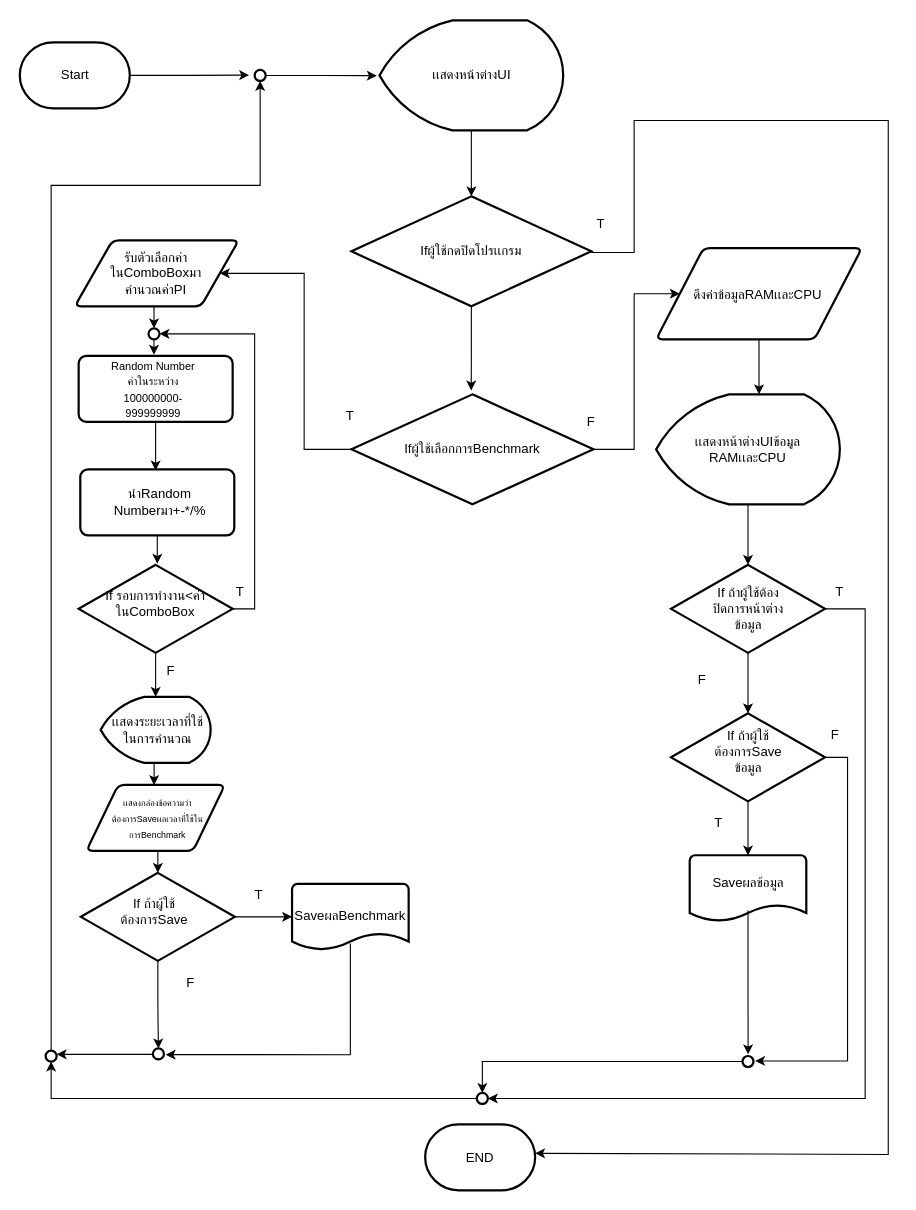
karinzaa/PI-BENCHMARK keeps this draw.io diagram as ProjectTNIFluentDesign/ProjectTNIFluentDesign/Picture/TNIProjectFlowchart.drawio. Above is the earlier version. Source tidied: cells renumbered, new cells numbered last; positions are measured from the earlier drawing's top-left corner, leaving out a move shared by most shapes. Both pictures are drawn from the tidied source at 110%, with x=0, y=0 at pixel (20, 20).
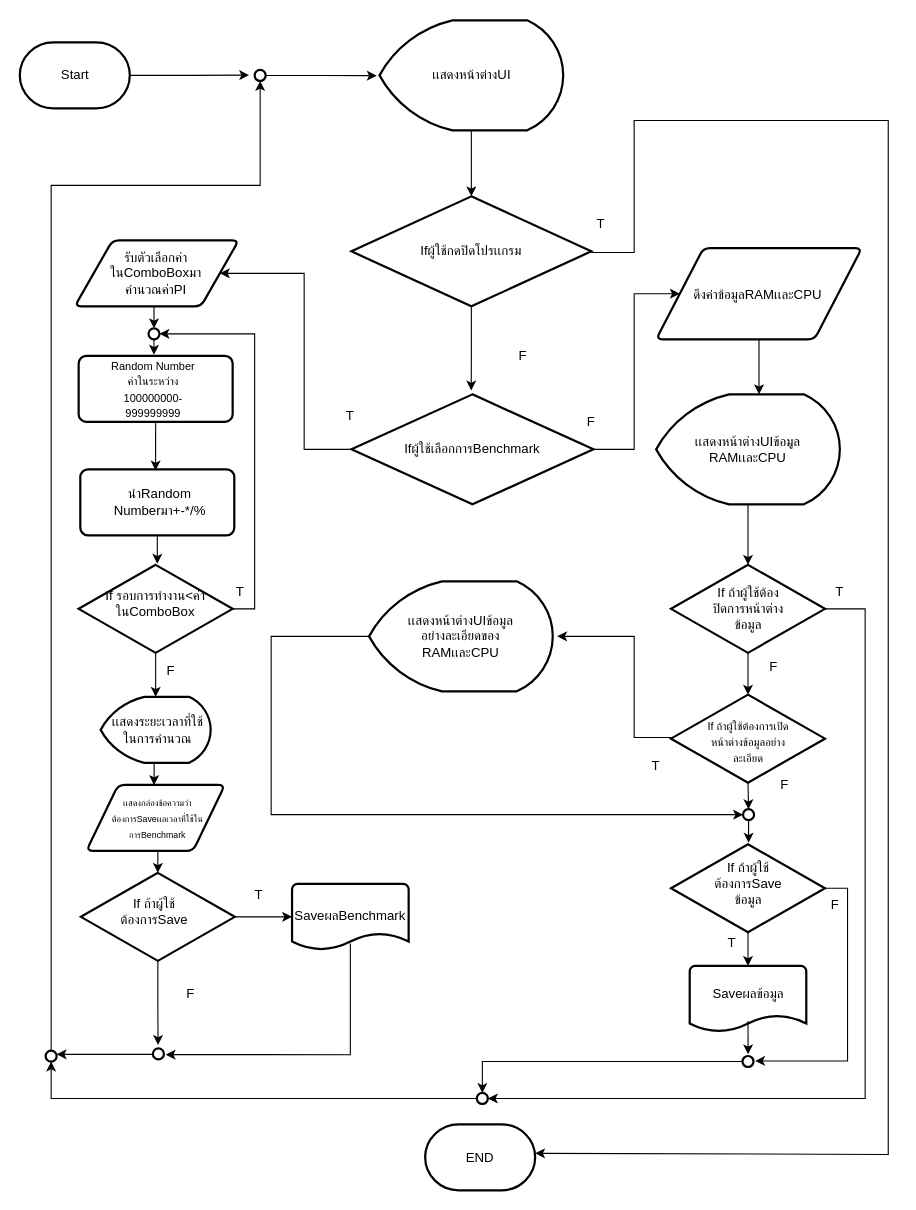
After the change.

The change refers to these unchanged cells:
```xml
<mxCell id="30" style="strokeWidth=2;html=1;shape=mxgraph.flowchart.decision;whiteSpace=wrap;fontSize=5;align=center;" parent="1" vertex="1">
  <mxGeometry x="55" y="775" width="140" height="80" as="geometry" />
</mxCell>
<mxCell id="37" style="strokeWidth=2;html=1;shape=mxgraph.flowchart.start_2;whiteSpace=wrap;fontSize=5;align=center;" parent="1" vertex="1">
  <mxGeometry x="120.5" y="934.6" width="10" height="10" as="geometry" />
</mxCell>
<mxCell id="44" value="เเสดงหน้าต่างUI" style="strokeWidth=2;html=1;shape=mxgraph.flowchart.display;whiteSpace=wrap;" parent="1" vertex="1">
  <mxGeometry x="326.5" width="167" height="100" as="geometry" />
</mxCell>
<mxCell id="47" value="Ifผู้ใช้กดปิดโปรเเกรม" style="strokeWidth=2;html=1;shape=mxgraph.flowchart.decision;whiteSpace=wrap;" parent="1" vertex="1">
  <mxGeometry x="301" y="160" width="218" height="100" as="geometry" />
</mxCell>
<mxCell id="69" style="strokeWidth=2;html=1;shape=mxgraph.flowchart.decision;whiteSpace=wrap;fontSize=5;align=center;" parent="1" vertex="1">
  <mxGeometry x="591.5" y="495" width="140" height="80" as="geometry" />
</mxCell>
```

The edit, as a diff of the source:
```diff
@@
-    <mxCell id="29" style="edgeStyle=orthogonalEdgeStyle;rounded=0;jettySize=auto;html=1;exitX=0.5;exitY=1;exitDx=0;exitDy=0;exitPerimeter=0;entryX=0.5;entryY=0;entryDx=0;entryDy=0;entryPerimeter=0;" parent="1" edge="1" source="30" target="37">
-      <mxGeometry relative="1" as="geometry">
-        <Array as="points">
-          <mxPoint x="125" y="895" />
-        </Array>
-      </mxGeometry>
+    <mxCell id="29" style="edgeStyle=orthogonalEdgeStyle;rounded=0;jettySize=auto;html=1;exitX=0.5;exitY=1;exitDx=0;exitDy=0;exitPerimeter=0;entryX=0.469;entryY=-0.317;entryDx=0;entryDy=0;entryPerimeter=0;" parent="1" edge="1" source="30" target="37">
+      <mxGeometry relative="1" as="geometry" />
     </mxCell>
@@
     <mxCell id="38" value="F" style="text;html=1;fontStyle=0;whiteSpace=wrap;align=center;verticalAlign=middle;" parent="1" vertex="1">
-      <mxGeometry x="108" y="850.2" width="94" height="50" as="geometry" />
+      <mxGeometry x="108" y="859.7" width="94" height="50" as="geometry" />
     </mxCell>
@@
-    <mxCell id="43" style="edgeStyle=orthogonalEdgeStyle;rounded=0;jettySize=auto;html=1;exitX=0.5;exitY=1;exitDx=0;exitDy=0;exitPerimeter=0;entryX=0.5;entryY=0;entryDx=0;entryDy=0;entryPerimeter=0;" parent="1" edge="1" source="44" target="47">
-      <mxGeometry relative="1" as="geometry">
-        <Array as="points">
-          <mxPoint x="410" y="125" />
-        </Array>
-      </mxGeometry>
+    <mxCell id="43" style="edgeStyle=orthogonalEdgeStyle;rounded=0;jettySize=auto;html=1;exitX=0.5;exitY=1;exitDx=0;exitDy=0;exitPerimeter=0;" parent="1" edge="1" source="44" target="47">
+      <mxGeometry relative="1" as="geometry" />
     </mxCell>
@@
     <mxCell id="53" value="F" style="text;html=1;fontStyle=0;whiteSpace=wrap;align=center;verticalAlign=middle;" parent="1" vertex="1">
-      <mxGeometry x="572.5" y="575.2" width="94" height="50" as="geometry" />
+      <mxGeometry x="637.5" y="563.2" width="94" height="50" as="geometry" />
     </mxCell>
@@
     <mxCell id="59" style="strokeWidth=2;html=1;shape=mxgraph.flowchart.document2;whiteSpace=wrap;size=0.25;fontSize=5;align=center;" parent="1" vertex="1">
-      <mxGeometry x="608.5" y="759" width="106" height="60" as="geometry" />
+      <mxGeometry x="608.5" y="859.5" width="106" height="60" as="geometry" />
     </mxCell>
     <mxCell id="60" style="edgeStyle=orthogonalEdgeStyle;rounded=0;jettySize=auto;html=1;exitX=1;exitY=0.5;exitDx=0;exitDy=0;exitPerimeter=0;" parent="1" edge="1" source="62">
       <mxGeometry relative="1" as="geometry">
         <mxPoint x="668" y="946" as="targetPoint" />
         <Array as="points">
-          <mxPoint x="752" y="670" />
+          <mxPoint x="752" y="789" />
           <mxPoint x="752" y="946" />
         </Array>
       </mxGeometry>
     </mxCell>
@@
     <mxCell id="62" style="strokeWidth=2;html=1;shape=mxgraph.flowchart.decision;whiteSpace=wrap;fontSize=5;align=center;" parent="1" vertex="1">
-      <mxGeometry x="591.5" y="630" width="140" height="80" as="geometry" />
+      <mxGeometry x="591.5" y="749" width="140" height="80" as="geometry" />
     </mxCell>
     <mxCell id="63" value="If ถ้าผู้ใช้ต้องการSave&lt;br&gt;ข้อมูล" style="text;html=1;fontStyle=0;whiteSpace=wrap;align=center;verticalAlign=middle;" parent="1" vertex="1">
-      <mxGeometry x="614.5" y="640.2" width="94" height="50" as="geometry" />
+      <mxGeometry x="614.5" y="760.2" width="94" height="50" as="geometry" />
     </mxCell>
@@
     <mxCell id="66" value="Saveผลข้อมูล" style="text;html=1;fontStyle=0;whiteSpace=wrap;align=center;verticalAlign=middle;" parent="1" vertex="1">
-      <mxGeometry x="614.5" y="759.2" width="94" height="50" as="geometry" />
+      <mxGeometry x="614.5" y="859.7" width="94" height="50" as="geometry" />
     </mxCell>
-    <mxCell id="67" style="edgeStyle=orthogonalEdgeStyle;rounded=0;jettySize=auto;html=1;exitX=0.5;exitY=1;exitDx=0;exitDy=0;exitPerimeter=0;entryX=0.5;entryY=0;entryDx=0;entryDy=0;entryPerimeter=0;" parent="1" edge="1" source="69" target="62">
-      <mxGeometry relative="1" as="geometry" />
-    </mxCell>
@@
+    <mxCell id="78" style="edgeStyle=orthogonalEdgeStyle;rounded=0;jettySize=auto;html=1;exitX=0.5;exitY=1;exitDx=0;exitDy=0;exitPerimeter=0;entryX=0.5;entryY=0;entryDx=0;entryDy=0;entryPerimeter=0;" parent="1" edge="1" source="69" target="82">
+      <mxGeometry relative="1" as="geometry" />
+    </mxCell>
@@
     <mxCell id="76" value="F" style="text;html=1;fontStyle=0;whiteSpace=wrap;align=center;verticalAlign=middle;" parent="1" vertex="1">
-      <mxGeometry x="694" y="625.2" width="94" height="50" as="geometry" />
+      <mxGeometry x="694" y="779.2" width="94" height="50" as="geometry" />
     </mxCell>
     <mxCell id="77" value="T" style="text;html=1;fontStyle=0;whiteSpace=wrap;align=center;verticalAlign=middle;" parent="1" vertex="1">
-      <mxGeometry x="588" y="705.2" width="94" height="50" as="geometry" />
+      <mxGeometry x="600" y="814.2" width="94" height="50" as="geometry" />
     </mxCell>
+    <mxCell id="79" value="F" style="text;html=1;fontStyle=0;whiteSpace=wrap;align=center;verticalAlign=middle;" parent="1" vertex="1">
+      <mxGeometry x="410" y="280.2" width="94" height="50" as="geometry" />
+    </mxCell>
+    <mxCell id="80" style="edgeStyle=orthogonalEdgeStyle;rounded=0;jettySize=auto;html=1;exitX=0.5;exitY=1;exitDx=0;exitDy=0;exitPerimeter=0;entryX=0.5;entryY=0;entryDx=0;entryDy=0;entryPerimeter=0;" parent="1" edge="1" source="82" target="85">
+      <mxGeometry relative="1" as="geometry" />
+    </mxCell>
+    <mxCell id="81" style="edgeStyle=orthogonalEdgeStyle;rounded=0;jettySize=auto;html=1;exitX=0;exitY=0.5;exitDx=0;exitDy=0;exitPerimeter=0;" parent="1" edge="1" source="82">
+      <mxGeometry relative="1" as="geometry">
+        <mxPoint x="488" y="560" as="targetPoint" />
+        <Array as="points">
+          <mxPoint x="558" y="652" />
+          <mxPoint x="558" y="560" />
+        </Array>
+      </mxGeometry>
+    </mxCell>
+    <mxCell id="82" style="strokeWidth=2;html=1;shape=mxgraph.flowchart.decision;whiteSpace=wrap;fontSize=5;align=center;" parent="1" vertex="1">
+      <mxGeometry x="591.5" y="613" width="140" height="80" as="geometry" />
+    </mxCell>
+    <mxCell id="83" value="&lt;font style=&quot;font-size: 10px&quot;&gt;If ถ้าผู้ใช้ต้องการเปิดหน้าต่างข้อมูลอย่างละเอียด&lt;/font&gt;" style="text;html=1;fontStyle=0;whiteSpace=wrap;align=center;verticalAlign=middle;" parent="1" vertex="1">
+      <mxGeometry x="617" y="625" width="90" height="62" as="geometry" />
+    </mxCell>
+    <mxCell id="84" style="edgeStyle=orthogonalEdgeStyle;rounded=0;jettySize=auto;html=1;exitX=0.5;exitY=1;exitDx=0;exitDy=0;exitPerimeter=0;entryX=0.504;entryY=-0.018;entryDx=0;entryDy=0;entryPerimeter=0;" parent="1" edge="1" source="85" target="62">
+      <mxGeometry relative="1" as="geometry" />
+    </mxCell>
+    <mxCell id="85" style="strokeWidth=2;html=1;shape=mxgraph.flowchart.start_2;whiteSpace=wrap;fontSize=5;align=center;" parent="1" vertex="1">
+      <mxGeometry x="657" y="717.1" width="10" height="10" as="geometry" />
+    </mxCell>
+    <mxCell id="86" style="edgeStyle=orthogonalEdgeStyle;rounded=0;jettySize=auto;html=1;exitX=0.5;exitY=1;exitDx=0;exitDy=0;exitPerimeter=0;entryX=0;entryY=0.5;entryDx=0;entryDy=0;entryPerimeter=0;" parent="1" edge="1" source="87" target="85">
+      <mxGeometry relative="1" as="geometry">
+        <Array as="points">
+          <mxPoint x="401" y="560" />
+          <mxPoint x="228" y="560" />
+          <mxPoint x="228" y="722" />
+        </Array>
+      </mxGeometry>
+    </mxCell>
+    <mxCell id="87" value="เเสดงหน้าต่างUIข้อมูล&lt;br&gt;อย่างละเอียดของ&lt;br&gt;RAMเเละCPU" style="strokeWidth=2;html=1;shape=mxgraph.flowchart.display;whiteSpace=wrap;" parent="1" vertex="1">
+      <mxGeometry x="317" y="510" width="167" height="100" as="geometry" />
+    </mxCell>
+    <mxCell id="88" value="T" style="text;html=1;fontStyle=0;whiteSpace=wrap;align=center;verticalAlign=middle;" parent="1" vertex="1">
+      <mxGeometry x="531" y="653.2" width="94" height="50" as="geometry" />
+    </mxCell>
+    <mxCell id="89" value="F" style="text;html=1;fontStyle=0;whiteSpace=wrap;align=center;verticalAlign=middle;" parent="1" vertex="1">
+      <mxGeometry x="647.5" y="670.2" width="94" height="50" as="geometry" />
+    </mxCell>
```
